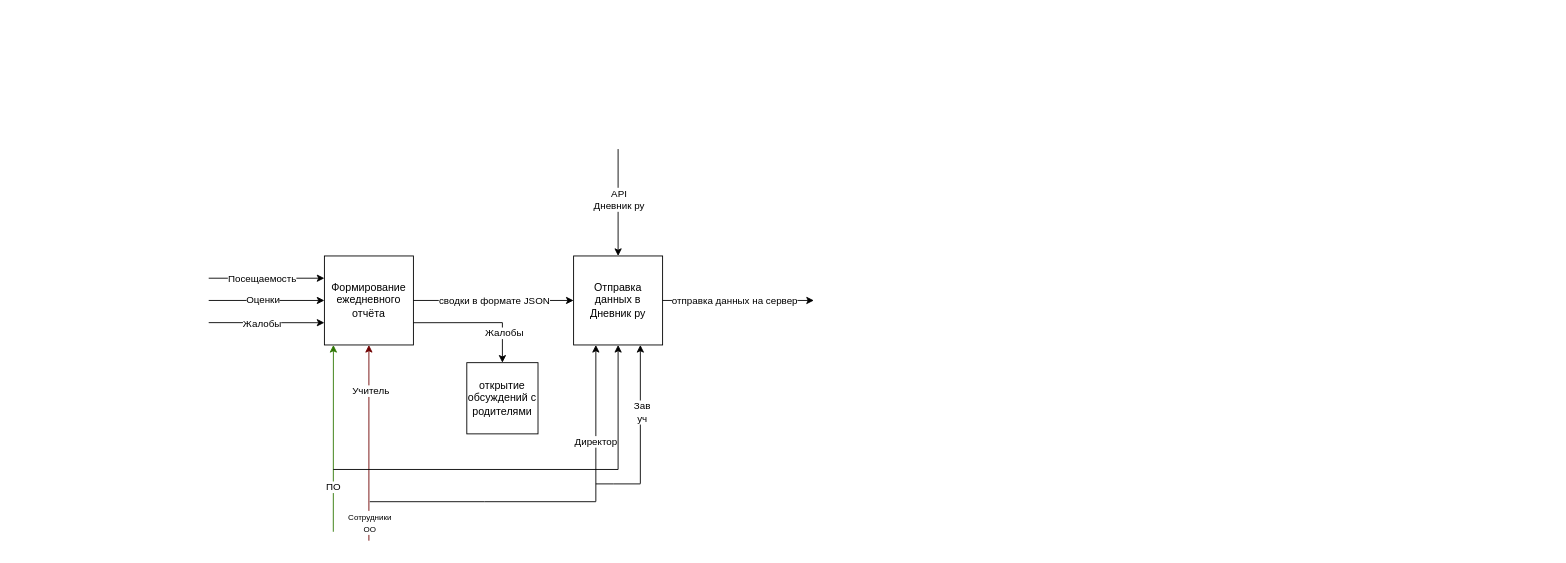
Earlier version of the draw.io diagram Диаграмма без названия.drawio (DestructibleCoder/T-Bank). Source tidied: cells renumbered, new cells numbered last; positions are measured from the earlier drawing's top-left corner, leaving out a move shared by most shapes. Both pictures are drawn from the tidied source at 89%, with x=0, y=0 at pixel (208, 149).
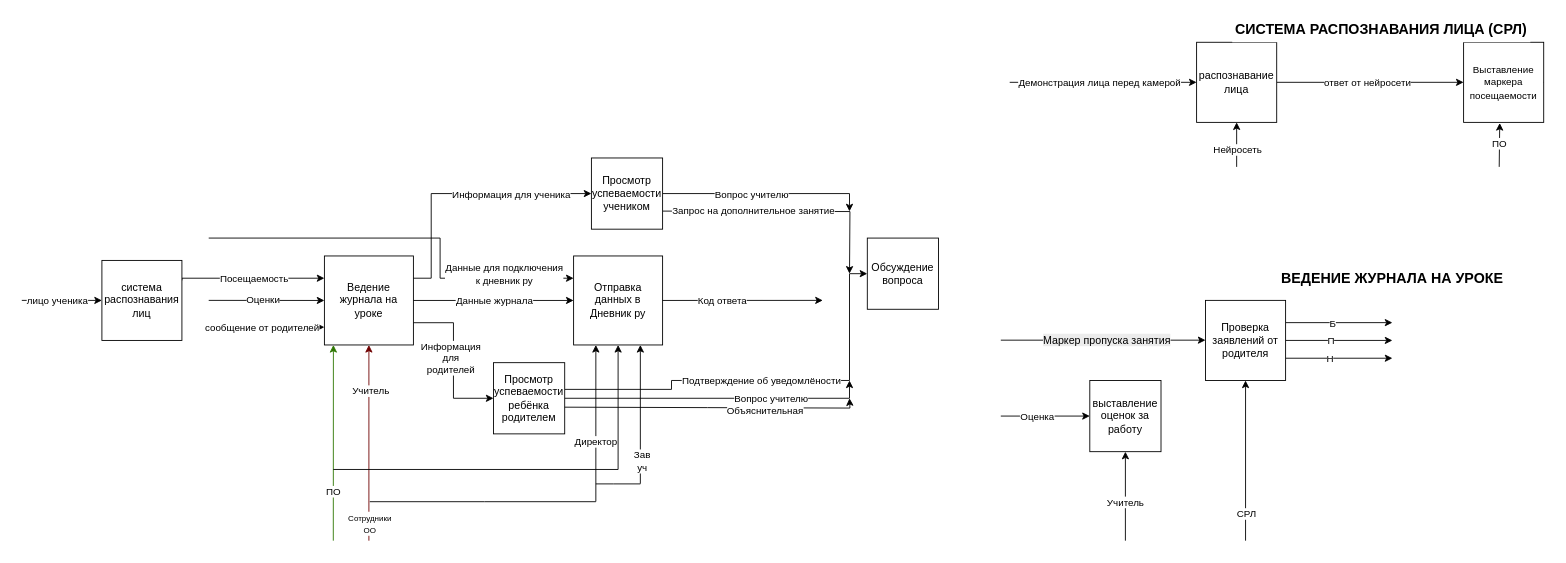
Above is the later version.

Unchanged cells that the change refers to:
```xml
<mxCell id="3" value="Отправка данных в Дневник ру" style="whiteSpace=wrap;html=1;" parent="1" vertex="1">
  <mxGeometry x="410" y="120.1" width="100" height="100" as="geometry" />
</mxCell>
<mxCell id="8" style="endArrow=classic;html=1;rounded=0;entryX=0;entryY=0.5;entryDx=0;entryDy=0;exitX=1;exitY=0.5;exitDx=0;exitDy=0;" parent="1" edge="1" source="2" target="3">
  <mxGeometry relative="1" as="geometry" />
</mxCell>
<mxCell id="10" style="endArrow=classic;html=1;rounded=0;entryX=0.5;entryY=1;entryDx=0;entryDy=0;fillColor=#a20025;strokeColor=light-dark(#6F0000,#FF0000);" parent="1" edge="1" target="2">
  <mxGeometry relative="1" as="geometry">
    <mxPoint x="180" y="440" as="sourcePoint" />
  </mxGeometry>
</mxCell>
<mxCell id="17" style="endArrow=classic;html=1;rounded=0;entryX=0.75;entryY=1;entryDx=0;entryDy=0;strokeColor=light-dark(#000000,#FF0000);" parent="1" edge="1" target="3">
  <mxGeometry relative="1" as="geometry">
    <mxPoint x="485" y="376" as="sourcePoint" />
  </mxGeometry>
</mxCell>
```

Change to the diagram source:
```diff
@@
-    <mxCell id="2" value="Формирование ежедневного отчёта" style="whiteSpace=wrap;html=1;" parent="1" vertex="1">
+    <mxCell id="2" value="Ведение журнала на уроке" style="whiteSpace=wrap;html=1;" parent="1" vertex="1">
       <mxGeometry x="130" y="120.1" width="100" height="100" as="geometry" />
     </mxCell>
@@
-    <mxCell id="4" style="endArrow=classic;html=1;rounded=0;entryX=0;entryY=0.25;entryDx=0;entryDy=0;" parent="1" edge="1" target="2">
+    <mxCell id="4" style="endArrow=classic;html=1;rounded=0;entryX=0;entryY=0.25;entryDx=0;entryDy=0;exitX=1;exitY=0.25;exitDx=0;exitDy=0;edgeStyle=orthogonalEdgeStyle;" parent="1" edge="1" source="56" target="2">
       <mxGeometry relative="1" as="geometry">
-        <mxPoint y="145.1" as="sourcePoint" />
+        <Array as="points">
+          <mxPoint x="-30" y="145" />
+        </Array>
       </mxGeometry>
     </mxCell>
     <mxCell id="5" value="Посещаемость" style="edgeLabel;html=1;align=center;verticalAlign=middle;" parent="4" vertex="1">
       <mxGeometry x="-0.23" relative="1" as="geometry">
-        <mxPoint x="9" as="offset" />
+        <mxPoint x="20" as="offset" />
       </mxGeometry>
     </mxCell>
     <mxCell id="6" style="endArrow=classic;html=1;rounded=0;entryX=0;entryY=0.5;entryDx=0;entryDy=0;" parent="1" edge="1" target="2">
       <mxGeometry relative="1" as="geometry">
-        <mxPoint y="170.1" as="sourcePoint" />
+        <mxPoint y="170" as="sourcePoint" />
       </mxGeometry>
     </mxCell>
@@
-    <mxCell id="9" value="сводки в формате JSON" style="edgeLabel;html=1;align=center;verticalAlign=middle;" parent="8" vertex="1">
+    <mxCell id="9" value="Данные журнала" style="edgeLabel;html=1;align=center;verticalAlign=middle;" parent="8" vertex="1">
       <mxGeometry x="-0.23" relative="1" as="geometry">
         <mxPoint x="21" as="offset" />
       </mxGeometry>
     </mxCell>
@@
     <mxCell id="12" value="&lt;div&gt;&lt;font style=&quot;font-size: 9px;&quot;&gt;Сотрудники&lt;/font&gt;&lt;/div&gt;&lt;div&gt;&lt;font style=&quot;font-size: 9px;&quot;&gt;ОО&lt;/font&gt;&lt;/div&gt;" style="edgeLabel;html=1;align=center;verticalAlign=middle;" parent="10" vertex="1">
       <mxGeometry x="-0.8" relative="1" as="geometry">
-        <mxPoint y="1" as="offset" />
+        <mxPoint y="2" as="offset" />
       </mxGeometry>
     </mxCell>
@@
     <mxCell id="18" value="&lt;div&gt;Зав&lt;/div&gt;&lt;div&gt;уч&lt;/div&gt;" style="edgeLabel;html=1;align=center;verticalAlign=middle;" parent="17" vertex="1">
-      <mxGeometry x="0.04" y="-1" relative="1" as="geometry" />
+      <mxGeometry x="0.04" y="-1" relative="1" as="geometry">
+        <mxPoint y="55" as="offset" />
+      </mxGeometry>
     </mxCell>
     <mxCell id="19" style="endArrow=classic;html=1;rounded=0;exitX=1;exitY=0.5;exitDx=0;exitDy=0;" parent="1" edge="1" source="3">
       <mxGeometry relative="1" as="geometry">
-        <mxPoint x="680" y="170.1" as="targetPoint" />
+        <mxPoint x="690" y="170" as="targetPoint" />
       </mxGeometry>
     </mxCell>
-    <mxCell id="20" value="отправка данных на сервер" style="edgeLabel;html=1;align=center;verticalAlign=middle;" parent="19" vertex="1">
-      <mxGeometry x="0.08" y="-2" relative="1" as="geometry">
-        <mxPoint x="-12" y="-2" as="offset" />
-      </mxGeometry>
-    </mxCell>
+    <mxCell id="33" value="Код ответа" style="edgeLabel;html=1;align=center;verticalAlign=middle;" parent="19" vertex="1">
+      <mxGeometry x="-0.32" y="1" relative="1" as="geometry">
+        <mxPoint x="6" y="1" as="offset" />
+      </mxGeometry>
+    </mxCell>
     <mxCell id="21" style="endArrow=classic;html=1;rounded=0;entryX=0.101;entryY=1;entryDx=0;entryDy=0;entryPerimeter=0;fillColor=#60a917;strokeColor=light-dark(#2D7600,#09B12B);" parent="1" edge="1" target="2">
       <mxGeometry relative="1" as="geometry">
-        <mxPoint x="140" y="430" as="sourcePoint" />
+        <mxPoint x="140" y="440" as="sourcePoint" />
       </mxGeometry>
     </mxCell>
@@
-    <mxCell id="25" style="endArrow=classic;html=1;rounded=0;entryX=0.5;entryY=0;entryDx=0;entryDy=0;" parent="1" edge="1" target="3">
-      <mxGeometry relative="1" as="geometry">
-        <mxPoint x="460" as="sourcePoint" />
-      </mxGeometry>
-    </mxCell>
-    <mxCell id="26" value="&lt;div&gt;API&lt;/div&gt;&lt;div&gt;Дневник ру&lt;/div&gt;" style="edgeLabel;html=1;align=center;verticalAlign=middle;" parent="25" vertex="1">
-      <mxGeometry x="0.29" y="-1" relative="1" as="geometry">
-        <mxPoint x="1" y="-21" as="offset" />
-      </mxGeometry>
-    </mxCell>
-    <mxCell id="27" style="endArrow=classic;html=1;rounded=0;entryX=0;entryY=0.75;entryDx=0;entryDy=0;" parent="1" edge="1" target="2">
+    <mxCell id="27" style="endArrow=classic;html=1;rounded=0;entryX=0;entryY=0.75;entryDx=0;entryDy=0;" parent="1" edge="1">
       <mxGeometry relative="1" as="geometry">
-        <mxPoint y="195" as="sourcePoint" />
+        <mxPoint y="200" as="sourcePoint" />
+        <mxPoint x="130" y="200.1" as="targetPoint" />
       </mxGeometry>
     </mxCell>
-    <mxCell id="28" value="Жалобы" style="edgeLabel;html=1;align=center;verticalAlign=middle;" parent="27" vertex="1">
+    <mxCell id="28" value="сообщение от родителей" style="edgeLabel;html=1;align=center;verticalAlign=middle;" parent="27" vertex="1">
       <mxGeometry x="-0.27" relative="1" as="geometry">
         <mxPoint x="13" as="offset" />
       </mxGeometry>
     </mxCell>
-    <mxCell id="29" style="endArrow=none;html=1;rounded=0;exitX=1;exitY=0.75;exitDx=0;exitDy=0;" parent="1" edge="1" source="2">
-      <mxGeometry relative="1" as="geometry">
-        <mxPoint x="330" y="195" as="targetPoint" />
-      </mxGeometry>
-    </mxCell>
+    <mxCell id="34" style="edgeStyle=orthogonalEdgeStyle;rounded=0;jettySize=auto;html=1;entryX=0;entryY=0.5;entryDx=0;entryDy=0;" parent="1" edge="1" source="30" target="47">
+      <mxGeometry relative="1" as="geometry">
+        <Array as="points">
+          <mxPoint x="520" y="270" />
+          <mxPoint x="520" y="260" />
+          <mxPoint x="720" y="260" />
+          <mxPoint x="720" y="140" />
+        </Array>
+      </mxGeometry>
+    </mxCell>
+    <mxCell id="35" value="Подтверждение об уведомлёности" style="edgeLabel;html=1;align=center;verticalAlign=middle;" parent="34" vertex="1">
+      <mxGeometry x="0.36" relative="1" as="geometry">
+        <mxPoint x="-90" as="offset" />
+      </mxGeometry>
+    </mxCell>
+    <mxCell id="36" style="edgeStyle=orthogonalEdgeStyle;rounded=0;jettySize=auto;html=1;" parent="1" edge="1" source="30">
+      <mxGeometry relative="1" as="geometry">
+        <mxPoint x="720" y="260" as="targetPoint" />
+        <Array as="points">
+          <mxPoint x="720" y="280" />
+        </Array>
+      </mxGeometry>
+    </mxCell>
+    <mxCell id="37" value="Вопрос учителю" style="edgeLabel;html=1;align=center;verticalAlign=middle;" parent="36" vertex="1">
+      <mxGeometry x="0.36" relative="1" as="geometry" />
+    </mxCell>
-    <mxCell id="30" value="открытие обсуждений с родителями" style="whiteSpace=wrap;html=1;" parent="1" vertex="1">
-      <mxGeometry x="290" y="240" width="80" height="80" as="geometry" />
+    <mxCell id="30" value="Просмотр успеваемости&lt;div&gt;ребёнка&lt;br&gt;&lt;div&gt;&lt;div&gt;родителем&lt;/div&gt;&lt;/div&gt;&lt;/div&gt;" style="whiteSpace=wrap;html=1;" parent="1" vertex="1">
+      <mxGeometry x="320" y="240" width="80" height="80" as="geometry" />
     </mxCell>
-    <mxCell id="31" style="endArrow=classic;html=1;rounded=0;entryX=0.5;entryY=0;entryDx=0;entryDy=0;" parent="1" edge="1" target="30">
-      <mxGeometry relative="1" as="geometry">
-        <mxPoint x="330" y="195" as="sourcePoint" />
-      </mxGeometry>
+    <mxCell id="31" style="endArrow=classic;html=1;rounded=0;entryX=0;entryY=0.5;entryDx=0;entryDy=0;edgeStyle=orthogonalEdgeStyle;exitX=1;exitY=0.75;exitDx=0;exitDy=0;" parent="1" edge="1" source="2" target="30">
+      <mxGeometry relative="1" as="geometry" />
     </mxCell>
-    <mxCell id="32" value="Жалобы" style="edgeLabel;html=1;align=center;verticalAlign=middle;" parent="31" vertex="1">
-      <mxGeometry x="-0.52" y="1" relative="1" as="geometry" />
+    <mxCell id="32" value="Информация&lt;div&gt;для&lt;/div&gt;&lt;div&gt;&lt;div&gt;родителей&lt;/div&gt;&lt;/div&gt;" style="edgeLabel;html=1;align=center;verticalAlign=middle;" parent="31" vertex="1">
+      <mxGeometry x="-0.52" y="1" relative="1" as="geometry">
+        <mxPoint x="-1" y="40" as="offset" />
+      </mxGeometry>
     </mxCell>
+    <mxCell id="38" style="endArrow=classic;html=1;rounded=0;edgeStyle=orthogonalEdgeStyle;" parent="1" edge="1">
+      <mxGeometry relative="1" as="geometry">
+        <mxPoint x="400" y="290" as="sourcePoint" />
+        <mxPoint x="720" y="280" as="targetPoint" />
+      </mxGeometry>
+    </mxCell>
+    <mxCell id="39" value="Объяснительная" style="edgeLabel;html=1;align=center;verticalAlign=middle;" parent="38" vertex="1">
+      <mxGeometry x="0.3" relative="1" as="geometry">
+        <mxPoint x="9" y="2" as="offset" />
+      </mxGeometry>
+    </mxCell>
+    <mxCell id="40" style="endArrow=classic;html=1;rounded=0;exitX=1;exitY=0.25;exitDx=0;exitDy=0;edgeStyle=orthogonalEdgeStyle;" parent="1" edge="1" source="2" target="46">
+      <mxGeometry relative="1" as="geometry">
+        <Array as="points">
+          <mxPoint x="250" y="145" />
+          <mxPoint x="250" y="50" />
+        </Array>
+      </mxGeometry>
+    </mxCell>
+    <mxCell id="41" value="Информация для ученика" style="edgeLabel;html=1;align=center;verticalAlign=middle;" parent="40" vertex="1">
+      <mxGeometry x="0.41" y="2" relative="1" as="geometry">
+        <mxPoint x="-3" y="2" as="offset" />
+      </mxGeometry>
+    </mxCell>
+    <mxCell id="42" style="edgeStyle=orthogonalEdgeStyle;rounded=0;jettySize=auto;html=1;" parent="1" edge="1" source="46">
+      <mxGeometry relative="1" as="geometry">
+        <mxPoint x="720" y="70" as="targetPoint" />
+        <Array as="points">
+          <mxPoint x="720" y="50" />
+        </Array>
+      </mxGeometry>
+    </mxCell>
+    <mxCell id="43" value="Вопрос учителю" style="edgeLabel;html=1;align=center;verticalAlign=middle;" parent="42" vertex="1">
+      <mxGeometry x="0.09" relative="1" as="geometry">
+        <mxPoint x="-26" as="offset" />
+      </mxGeometry>
+    </mxCell>
+    <mxCell id="44" style="edgeStyle=orthogonalEdgeStyle;rounded=0;orthogonalLoop=1;jettySize=auto;html=1;" parent="1" edge="1">
+      <mxGeometry relative="1" as="geometry">
+        <mxPoint x="510" y="69.7" as="sourcePoint" />
+        <mxPoint x="720" y="140" as="targetPoint" />
+      </mxGeometry>
+    </mxCell>
+    <mxCell id="45" value="Запрос на дополнительное занятие" style="edgeLabel;html=1;align=center;verticalAlign=middle;" parent="44" vertex="1">
+      <mxGeometry x="0.14" y="1" relative="1" as="geometry">
+        <mxPoint x="-59" as="offset" />
+      </mxGeometry>
+    </mxCell>
+    <mxCell id="46" value="Просмотр успеваемости учеником" style="whiteSpace=wrap;html=1;" parent="1" vertex="1">
+      <mxGeometry x="430" y="10" width="80" height="80" as="geometry" />
+    </mxCell>
+    <mxCell id="47" value="Обсуждение вопроса" style="whiteSpace=wrap;html=1;" parent="1" vertex="1">
+      <mxGeometry x="740" y="100" width="80" height="80" as="geometry" />
+    </mxCell>
+    <mxCell id="48" style="endArrow=classic;html=1;rounded=0;edgeStyle=orthogonalEdgeStyle;entryX=0;entryY=0.25;entryDx=0;entryDy=0;" parent="1" edge="1" target="3">
+      <mxGeometry relative="1" as="geometry">
+        <mxPoint y="100" as="sourcePoint" />
+        <Array as="points">
+          <mxPoint y="100" />
+          <mxPoint x="260" y="100" />
+          <mxPoint x="260" y="145" />
+        </Array>
+      </mxGeometry>
+    </mxCell>
+    <mxCell id="49" value="Данные для подключения&lt;div&gt;к дневник ру&lt;/div&gt;" style="edgeLabel;html=1;align=center;verticalAlign=middle;" parent="48" vertex="1">
+      <mxGeometry x="-0.9" relative="1" as="geometry">
+        <mxPoint x="308" y="40" as="offset" />
+      </mxGeometry>
+    </mxCell>
+    <mxCell id="50" style="edgeStyle=orthogonalEdgeStyle;rounded=0;jettySize=auto;html=1;entryX=0;entryY=0.5;entryDx=0;entryDy=0;" parent="1" edge="1" source="52" target="59">
+      <mxGeometry relative="1" as="geometry" />
+    </mxCell>
+    <mxCell id="51" value="ответ от нейросети" style="edgeLabel;html=1;align=center;verticalAlign=middle;" parent="50" vertex="1">
+      <mxGeometry x="-0.04" y="-3" relative="1" as="geometry">
+        <mxPoint y="-3" as="offset" />
+      </mxGeometry>
+    </mxCell>
+    <mxCell id="52" value="распознавание лица" style="whiteSpace=wrap;html=1;" parent="1" vertex="1">
+      <mxGeometry x="1110" y="-120" width="90" height="90" as="geometry" />
+    </mxCell>
+    <mxCell id="53" style="endArrow=classic;html=1;rounded=0;entryX=0;entryY=0.5;entryDx=0;entryDy=0;" parent="1" edge="1" target="52">
+      <mxGeometry relative="1" as="geometry">
+        <mxPoint x="900" y="-75" as="sourcePoint" />
+      </mxGeometry>
+    </mxCell>
+    <mxCell id="54" value="Демонстрация лица перед камерой" style="edgeLabel;html=1;align=center;verticalAlign=middle;" parent="53" vertex="1">
+      <mxGeometry x="-0.04" y="-1" relative="1" as="geometry">
+        <mxPoint x="-1" y="-1" as="offset" />
+      </mxGeometry>
+    </mxCell>
+    <mxCell id="55" style="endArrow=classic;html=1;rounded=0;exitX=1;exitY=0.5;exitDx=0;exitDy=0;entryX=0;entryY=0.5;entryDx=0;entryDy=0;" parent="1" edge="1" source="59" target="59">
+      <mxGeometry relative="1" as="geometry" />
+    </mxCell>
+    <mxCell id="56" value="система распознавания лиц" style="whiteSpace=wrap;html=1;" parent="1" vertex="1">
+      <mxGeometry x="-120" y="125.1" width="89.9" height="89.9" as="geometry" />
+    </mxCell>
+    <mxCell id="57" style="endArrow=classic;html=1;rounded=0;entryX=0;entryY=0.5;entryDx=0;entryDy=0;" parent="1" edge="1" target="56">
+      <mxGeometry relative="1" as="geometry">
+        <mxPoint x="-210" y="170" as="sourcePoint" />
+      </mxGeometry>
+    </mxCell>
+    <mxCell id="58" value="лицо ученика" style="edgeLabel;html=1;align=center;verticalAlign=middle;" parent="57" vertex="1">
+      <mxGeometry x="-0.25" relative="1" as="geometry">
+        <mxPoint x="6" as="offset" />
+      </mxGeometry>
+    </mxCell>
+    <mxCell id="59" value="&lt;span style=&quot;font-size: 11px; text-wrap-mode: nowrap; background-color: rgb(255, 255, 255);&quot;&gt;Выставление&lt;/span&gt;&lt;div&gt;&lt;span style=&quot;font-size: 11px; text-wrap-mode: nowrap; background-color: rgb(255, 255, 255);&quot;&gt;маркера&lt;/span&gt;&lt;/div&gt;&lt;div&gt;&lt;span style=&quot;font-size: 11px; text-wrap-mode: nowrap; background-color: rgb(255, 255, 255);&quot;&gt;посещаемости&lt;/span&gt;&lt;/div&gt;" style="whiteSpace=wrap;html=1;" parent="1" vertex="1">
+      <mxGeometry x="1410" y="-120" width="90" height="90" as="geometry" />
+    </mxCell>
+    <mxCell id="60" value="&lt;font style=&quot;font-size: 16px;&quot;&gt;СИСТЕМА РАСПОЗНАВАНИЯ ЛИЦА (СРЛ)&lt;/font&gt;" style="text;html=1;align=center;verticalAlign=middle;whiteSpace=wrap;rounded=0;fillColor=default;fontStyle=1;" parent="1" vertex="1">
+      <mxGeometry x="1150" y="-150" width="335" height="30" as="geometry" />
+    </mxCell>
+    <mxCell id="61" value="&lt;b&gt;&lt;font style=&quot;font-size: 16px;&quot;&gt;ВЕДЕНИЕ ЖУРНАЛА НА УРОКЕ&lt;/font&gt;&lt;/b&gt;" style="text;html=1;align=center;verticalAlign=middle;whiteSpace=wrap;rounded=0;" parent="1" vertex="1">
+      <mxGeometry x="1160" y="130" width="340" height="30" as="geometry" />
+    </mxCell>
+    <mxCell id="62" style="edgeStyle=orthogonalEdgeStyle;rounded=0;orthogonalLoop=1;jettySize=auto;html=1;" parent="1" edge="1">
+      <mxGeometry relative="1" as="geometry">
+        <mxPoint x="1210" y="195" as="sourcePoint" />
+        <mxPoint x="1330" y="195" as="targetPoint" />
+      </mxGeometry>
+    </mxCell>
+    <mxCell id="63" value="Б" style="edgeLabel;html=1;align=center;verticalAlign=middle;" parent="62" vertex="1">
+      <mxGeometry x="-0.13" relative="1" as="geometry" />
+    </mxCell>
+    <mxCell id="64" style="edgeStyle=orthogonalEdgeStyle;rounded=0;orthogonalLoop=1;jettySize=auto;html=1;" parent="1" edge="1">
+      <mxGeometry relative="1" as="geometry">
+        <mxPoint x="1210" y="235" as="sourcePoint" />
+        <mxPoint x="1330" y="235" as="targetPoint" />
+      </mxGeometry>
+    </mxCell>
+    <mxCell id="65" value="Н" style="edgeLabel;html=1;align=center;verticalAlign=middle;" parent="64" vertex="1">
+      <mxGeometry x="-0.19" relative="1" as="geometry" />
+    </mxCell>
+    <mxCell id="66" style="edgeStyle=orthogonalEdgeStyle;rounded=0;orthogonalLoop=1;jettySize=auto;html=1;" parent="1" edge="1">
+      <mxGeometry relative="1" as="geometry">
+        <mxPoint x="1210" y="215" as="sourcePoint" />
+        <mxPoint x="1330" y="215" as="targetPoint" />
+      </mxGeometry>
+    </mxCell>
+    <mxCell id="67" value="П" style="edgeLabel;html=1;align=center;verticalAlign=middle;" parent="66" vertex="1">
+      <mxGeometry x="0.2" y="2" relative="1" as="geometry">
+        <mxPoint x="-22" y="2" as="offset" />
+      </mxGeometry>
+    </mxCell>
+    <mxCell id="68" value="Проверка заявлений от родителя" style="whiteSpace=wrap;html=1;" parent="1" vertex="1">
+      <mxGeometry x="1120" y="170" width="90" height="90" as="geometry" />
+    </mxCell>
+    <mxCell id="69" style="endArrow=classic;html=1;rounded=0;entryX=0;entryY=0.5;entryDx=0;entryDy=0;" parent="1" edge="1">
+      <mxGeometry relative="1" as="geometry">
+        <mxPoint x="890" y="214.7" as="sourcePoint" />
+        <mxPoint x="1120" y="214.7" as="targetPoint" />
+      </mxGeometry>
+    </mxCell>
+    <mxCell id="70" value="&lt;span style=&quot;font-size: 12px; background-color: rgb(236, 236, 236);&quot;&gt;Маркер пропуска занятия&lt;/span&gt;" style="edgeLabel;html=1;align=center;verticalAlign=middle;" parent="69" vertex="1">
+      <mxGeometry x="0.08" y="1" relative="1" as="geometry">
+        <mxPoint x="-6" y="1" as="offset" />
+      </mxGeometry>
+    </mxCell>
+    <mxCell id="71" style="endArrow=classic;html=1;rounded=0;entryX=0.5;entryY=1;entryDx=0;entryDy=0;" parent="1" edge="1" target="68">
+      <mxGeometry relative="1" as="geometry">
+        <mxPoint x="1165" y="440" as="sourcePoint" />
+      </mxGeometry>
+    </mxCell>
+    <mxCell id="72" value="СРЛ" style="edgeLabel;html=1;align=center;verticalAlign=middle;" parent="71" vertex="1">
+      <mxGeometry x="0.14" y="1" relative="1" as="geometry">
+        <mxPoint x="1" y="72" as="offset" />
+      </mxGeometry>
+    </mxCell>
+    <mxCell id="73" style="endArrow=classic;html=1;rounded=0;" parent="1" edge="1">
+      <mxGeometry relative="1" as="geometry">
+        <mxPoint x="890" y="300" as="sourcePoint" />
+        <mxPoint x="990" y="300" as="targetPoint" />
+      </mxGeometry>
+    </mxCell>
+    <mxCell id="74" value="Оценка" style="edgeLabel;html=1;align=center;verticalAlign=middle;" parent="73" vertex="1">
+      <mxGeometry x="0.18" y="1" relative="1" as="geometry">
+        <mxPoint x="-19" y="1" as="offset" />
+      </mxGeometry>
+    </mxCell>
+    <mxCell id="75" value="выставление оценок за работу" style="whiteSpace=wrap;html=1;" parent="1" vertex="1">
+      <mxGeometry x="990" y="260" width="80" height="80" as="geometry" />
+    </mxCell>
+    <mxCell id="76" style="endArrow=classic;html=1;rounded=0;entryX=0.5;entryY=1;entryDx=0;entryDy=0;" parent="1" edge="1" target="75">
+      <mxGeometry relative="1" as="geometry">
+        <mxPoint x="1030" y="440" as="sourcePoint" />
+      </mxGeometry>
+    </mxCell>
+    <mxCell id="77" value="Учитель" style="edgeLabel;html=1;align=center;verticalAlign=middle;" parent="76" vertex="1">
+      <mxGeometry x="-0.12" y="1" relative="1" as="geometry" />
+    </mxCell>
+    <mxCell id="78" style="endArrow=classic;html=1;rounded=0;entryX=0.5;entryY=1;entryDx=0;entryDy=0;" parent="1" edge="1" target="52">
+      <mxGeometry relative="1" as="geometry">
+        <mxPoint x="1155" y="20" as="sourcePoint" />
+      </mxGeometry>
+    </mxCell>
+    <mxCell id="79" value="Нейросеть" style="edgeLabel;html=1;align=center;verticalAlign=middle;" parent="78" vertex="1">
+      <mxGeometry x="-0.35" relative="1" as="geometry">
+        <mxPoint y="-4" as="offset" />
+      </mxGeometry>
+    </mxCell>
+    <mxCell id="80" style="endArrow=classic;html=1;rounded=0;entryX=0.451;entryY=1.008;entryDx=0;entryDy=0;entryPerimeter=0;" parent="1" edge="1" target="59">
+      <mxGeometry relative="1" as="geometry">
+        <mxPoint x="1450" y="20" as="sourcePoint" />
+      </mxGeometry>
+    </mxCell>
+    <mxCell id="81" value="ПО" style="edgeLabel;html=1;align=center;verticalAlign=middle;" parent="80" vertex="1">
+      <mxGeometry x="0.07" y="1" relative="1" as="geometry" />
+    </mxCell>
```
